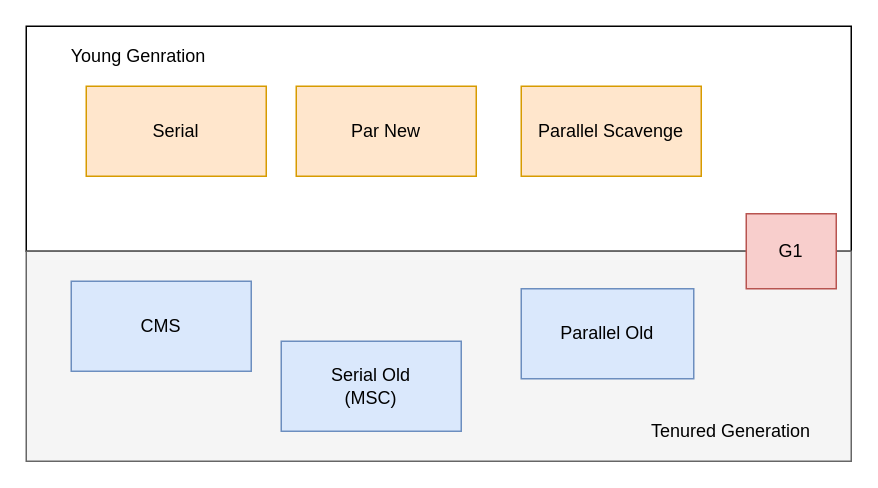
yrqing/draw.io keeps this draw.io diagram as 垃圾回收算法.drawio. Above is the earlier version. Source tidied: cells renumbered, new cells numbered last; positions are measured from the earlier drawing's top-left corner, leaving out a move shared by most shapes. Both pictures are drawn from the tidied source at 150%, with x=0, y=0 at pixel (26, 26).
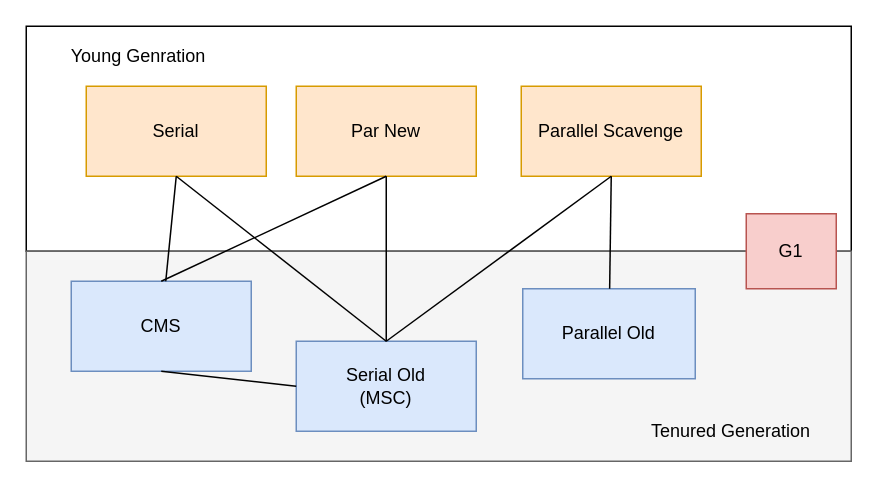
The same page after the edit.

Commit message:
更新垃圾回收算法.drawio

The change refers to these unchanged cells:
```xml
<mxCell id="3" value="Serial" style="rounded=0;whiteSpace=wrap;html=1;fillColor=#ffe6cc;strokeColor=#d79b00;" parent="1" vertex="1">
  <mxGeometry x="40" y="40" width="120" height="60" as="geometry" />
</mxCell>
<mxCell id="7" value="Par New" style="rounded=0;whiteSpace=wrap;html=1;fillColor=#ffe6cc;strokeColor=#d79b00;" parent="1" vertex="1">
  <mxGeometry x="180" y="40" width="120" height="60" as="geometry" />
</mxCell>
<mxCell id="8" value="Parallel Scavenge" style="rounded=0;whiteSpace=wrap;html=1;fillColor=#ffe6cc;strokeColor=#d79b00;" parent="1" vertex="1">
  <mxGeometry x="330" y="40" width="120" height="60" as="geometry" />
</mxCell>
<mxCell id="9" value="CMS" style="rounded=0;whiteSpace=wrap;html=1;fillColor=#dae8fc;strokeColor=#6c8ebf;" parent="1" vertex="1">
  <mxGeometry x="30" y="170" width="120" height="60" as="geometry" />
</mxCell>
```

Diff of the diagram source:
```diff
@@
     <mxCell id="10" value="Serial Old&lt;br&gt;(MSC)" style="rounded=0;whiteSpace=wrap;html=1;fillColor=#dae8fc;strokeColor=#6c8ebf;" parent="1" vertex="1">
-      <mxGeometry x="170" y="210" width="120" height="60" as="geometry" />
+      <mxGeometry x="180" y="210" width="120" height="60" as="geometry" />
     </mxCell>
@@
     <mxCell id="12" value="Parallel Old" style="rounded=0;whiteSpace=wrap;html=1;fillColor=#dae8fc;strokeColor=#6c8ebf;" parent="1" vertex="1">
-      <mxGeometry x="330" y="175" width="115" height="60" as="geometry" />
+      <mxGeometry x="331" y="175" width="115" height="60" as="geometry" />
     </mxCell>
+    <mxCell id="13" style="endArrow=none;html=1;entryX=0.5;entryY=1;entryDx=0;entryDy=0;" parent="1" edge="1" source="9" target="3">
+      <mxGeometry relative="1" as="geometry" />
+    </mxCell>
+    <mxCell id="14" style="endArrow=none;html=1;entryX=0.5;entryY=1;entryDx=0;entryDy=0;exitX=0.5;exitY=0;exitDx=0;exitDy=0;" parent="1" edge="1" source="9" target="7">
+      <mxGeometry relative="1" as="geometry" />
+    </mxCell>
+    <mxCell id="15" style="endArrow=none;html=1;exitX=0.5;exitY=0;exitDx=0;exitDy=0;entryX=0.5;entryY=1;entryDx=0;entryDy=0;" parent="1" edge="1" source="10" target="3">
+      <mxGeometry relative="1" as="geometry" />
+    </mxCell>
+    <mxCell id="16" style="endArrow=none;html=1;entryX=0.5;entryY=1;entryDx=0;entryDy=0;" parent="1" edge="1" target="7">
+      <mxGeometry relative="1" as="geometry">
+        <mxPoint x="240" y="210" as="sourcePoint" />
+      </mxGeometry>
+    </mxCell>
+    <mxCell id="17" style="endArrow=none;html=1;exitX=0;exitY=0.5;exitDx=0;exitDy=0;entryX=0.5;entryY=1;entryDx=0;entryDy=0;" parent="1" edge="1" source="10" target="9">
+      <mxGeometry relative="1" as="geometry" />
+    </mxCell>
+    <mxCell id="18" style="endArrow=none;html=1;entryX=0.5;entryY=1;entryDx=0;entryDy=0;exitX=0.5;exitY=0;exitDx=0;exitDy=0;" parent="1" edge="1" source="10" target="8">
+      <mxGeometry relative="1" as="geometry" />
+    </mxCell>
+    <mxCell id="19" style="endArrow=none;html=1;entryX=0.5;entryY=1;entryDx=0;entryDy=0;" parent="1" edge="1" source="12" target="8">
+      <mxGeometry relative="1" as="geometry" />
+    </mxCell>
```
